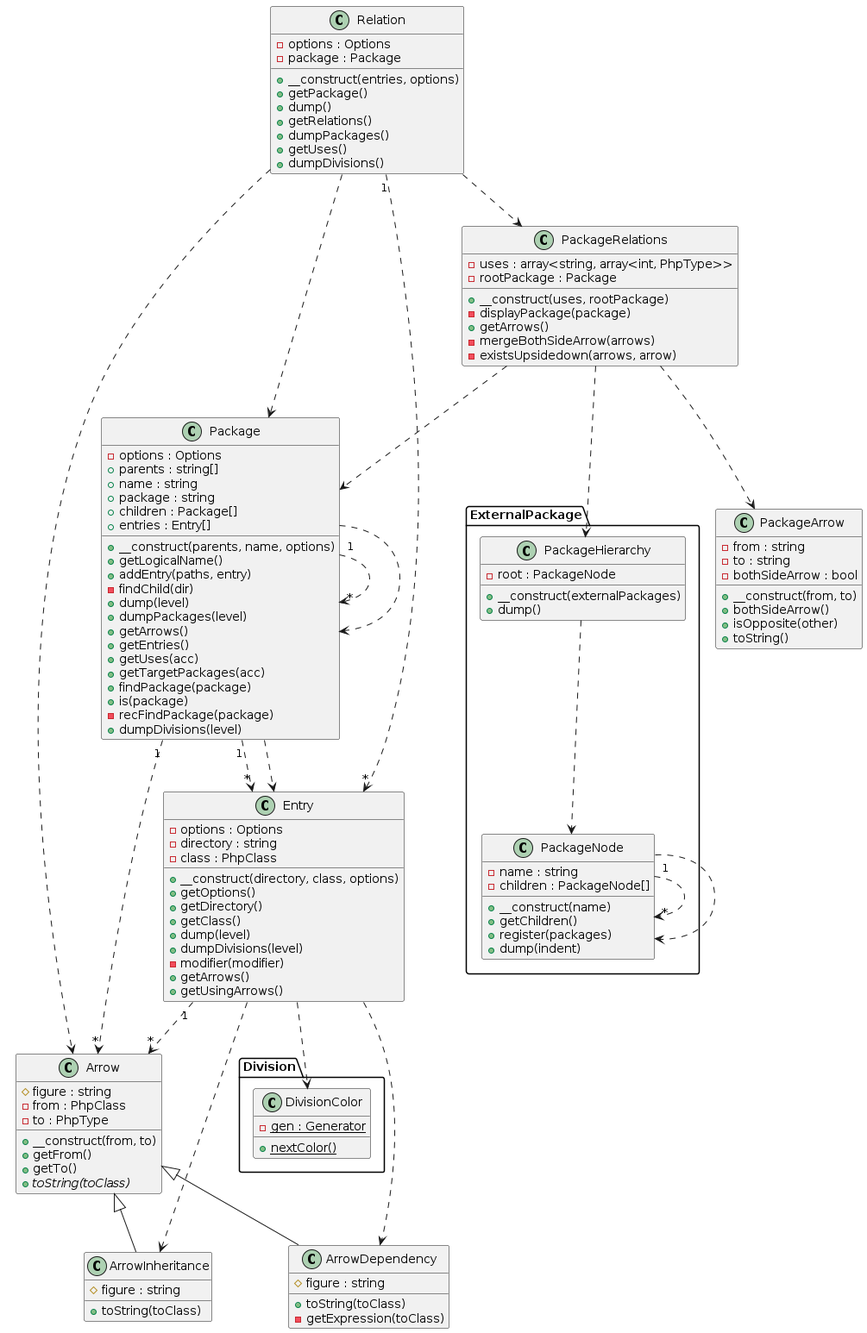
Before: doc/images/dogfood.png, a diagram exported from PlantUML (smeghead/php-class-diagram).
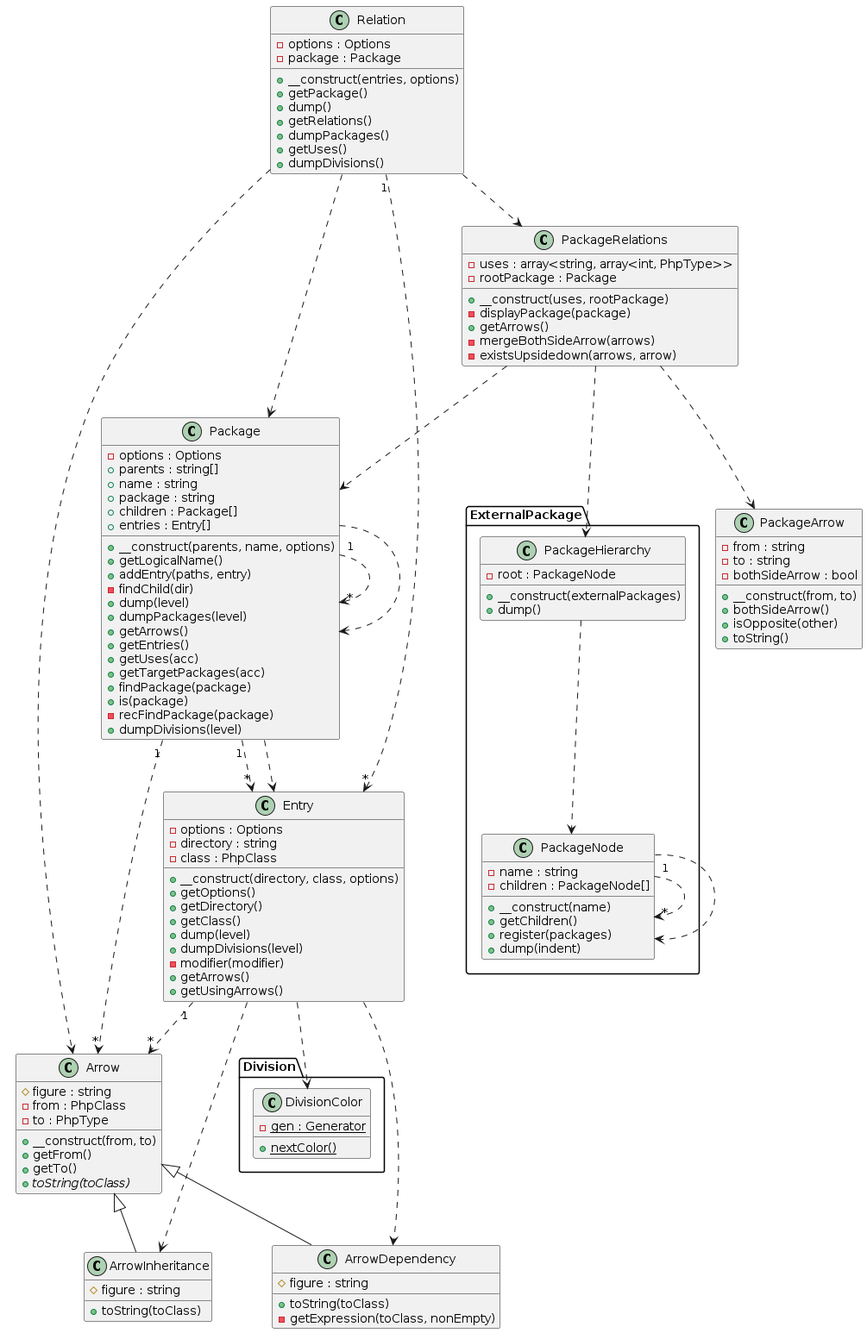
Later version of the same file.

Diff of the diagram source:
```diff
@@ -80,7 +80,7 @@
   class "ArrowDependency" as ArrowDependency {
     #figure : string
     +toString(toClass)
-    -getExpression(toClass)
+    -getExpression(toClass, nonEmpty)
   }
   package Division as Division {
     class "DivisionColor" as Division_DivisionColor {
```
